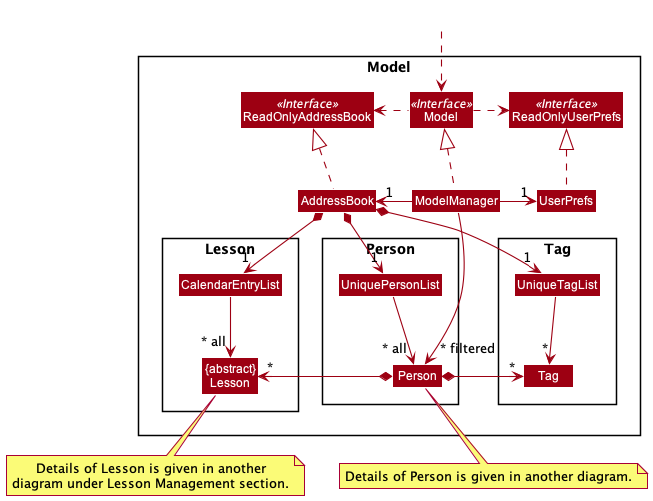
Above: docs/images/ModelClassDiagram.png in nus-cs2103-AY2122S1/tp (PlantUML), before the change.
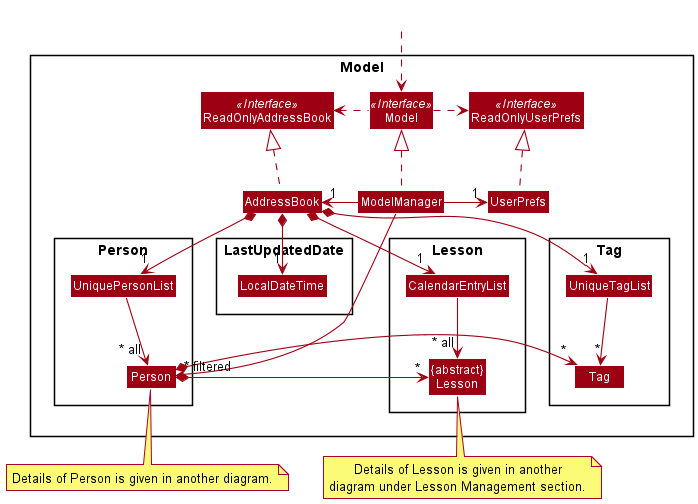
The same file after the commit.

What changed in the source:
```diff
@@ -32,6 +32,10 @@
     Class "{abstract}\nLesson" as Lesson
 }
 
+package "LastUpdatedDate" {
+    Class LocalDateTime
+}
+
 }
 
 Class HiddenOutside #FFFFFF
@@ -45,6 +49,8 @@
 ModelManager -left-> "1" AddressBook
 ModelManager -right-> "1" UserPrefs
 UserPrefs .up.|> ReadOnlyUserPrefs
+
+AddressBook *--> "1" LocalDateTime
 
 AddressBook *--> "1" UniquePersonList
 UniquePersonList --> "~* all" Person
```
